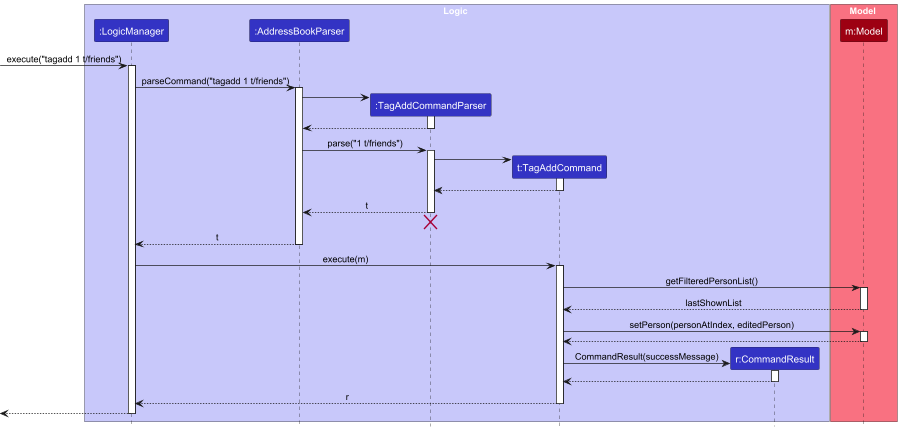
TrumanTong8/tp keeps this PlantUML diagram as docs/images/TagSequenceDiagram.png. Above is the earlier version.
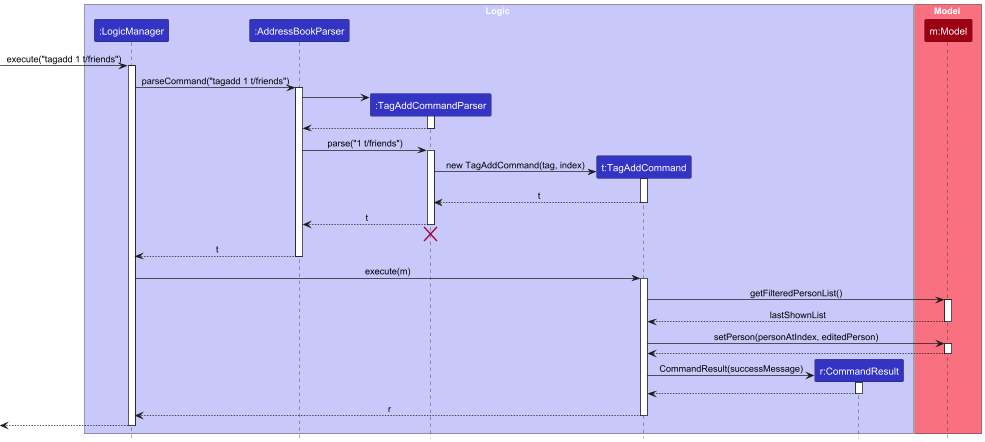
After the commit.

Commit message:
Update tagadd sequence diagram

Diff of the diagram source:
```diff
@@ -31,10 +31,10 @@
 activate TagAddCommandParser
 
 create TagAddCommand
-TagAddCommandParser -> TagAddCommand
+TagAddCommandParser -> TagAddCommand : new TagAddCommand(tag, index)
 activate TagAddCommand
 
-TagAddCommand --> TagAddCommandParser :
+TagAddCommand --> TagAddCommandParser : t
 deactivate TagAddCommand
 
 TagAddCommandParser --> AddressBookParser : t
```
